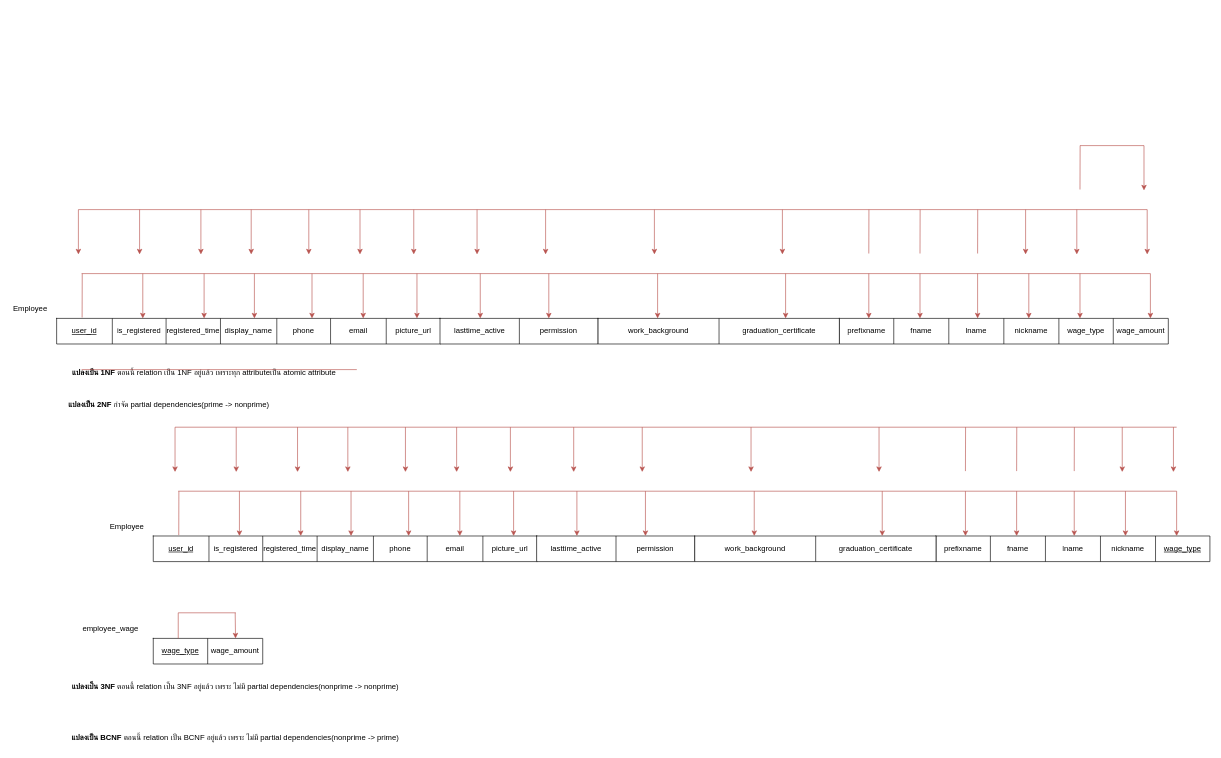
This is page "Page-5" (2 of 3) of normalize.drawio from jarawin/carcare, a draw.io file, before an edit. Source tidied: cells renumbered, new cells numbered last; positions are measured from the earlier drawing's top-left corner, leaving out a move shared by most shapes. Both pictures are drawn from the tidied source at 64%, with x=0, y=0 at pixel (11, 145).
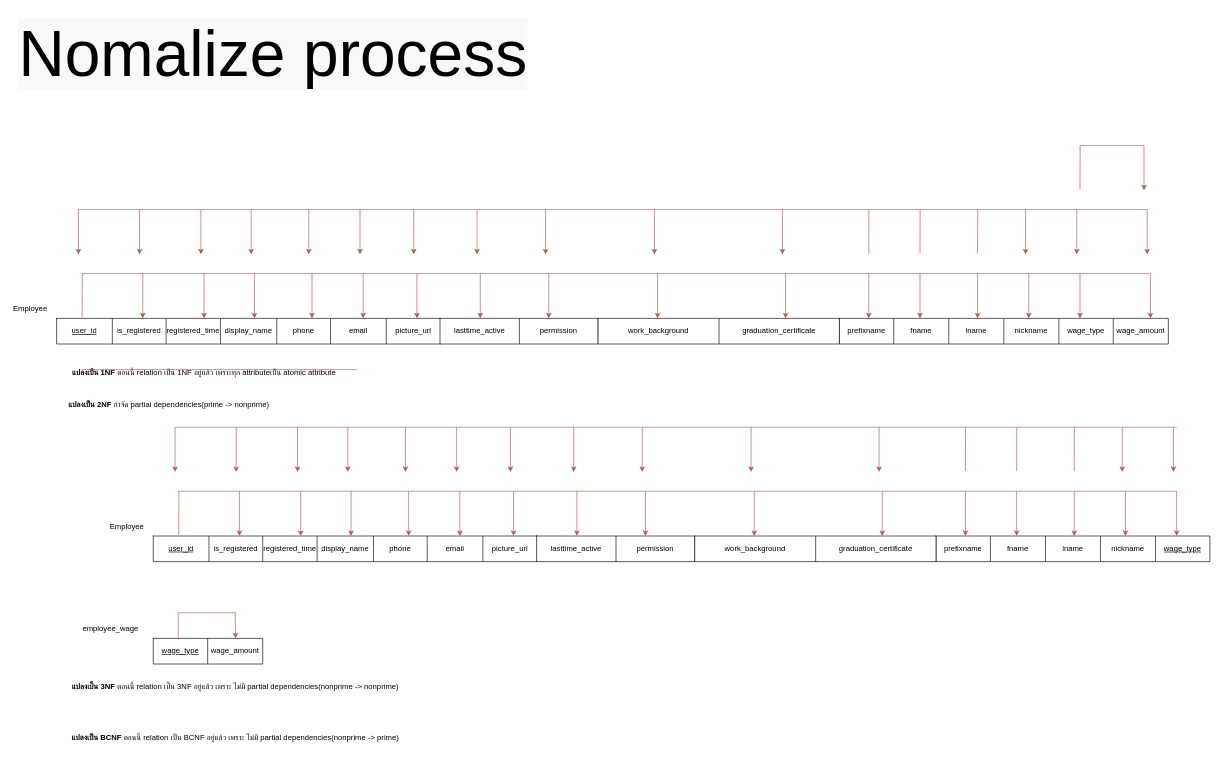
Above is the later version.

Diff of the diagram source:
```diff
@@
+    <mxCell id="139" value="&lt;span style=&quot;color: rgb(0, 0, 0); font-family: Helvetica; font-size: 100px; font-style: normal; font-variant-ligatures: normal; font-variant-caps: normal; font-weight: 400; letter-spacing: normal; orphans: 2; text-align: center; text-indent: 0px; text-transform: none; widows: 2; word-spacing: 0px; -webkit-text-stroke-width: 0px; background-color: rgb(248, 249, 250); text-decoration-thickness: initial; text-decoration-style: initial; text-decoration-color: initial; float: none; display: inline !important;&quot;&gt;Nomalize process&lt;/span&gt;" style="text;whiteSpace=wrap;html=1;fontSize=100;" parent="1" vertex="1">
+      <mxGeometry x="10" y="-210" width="940" height="260" as="geometry" />
+    </mxCell>
```
